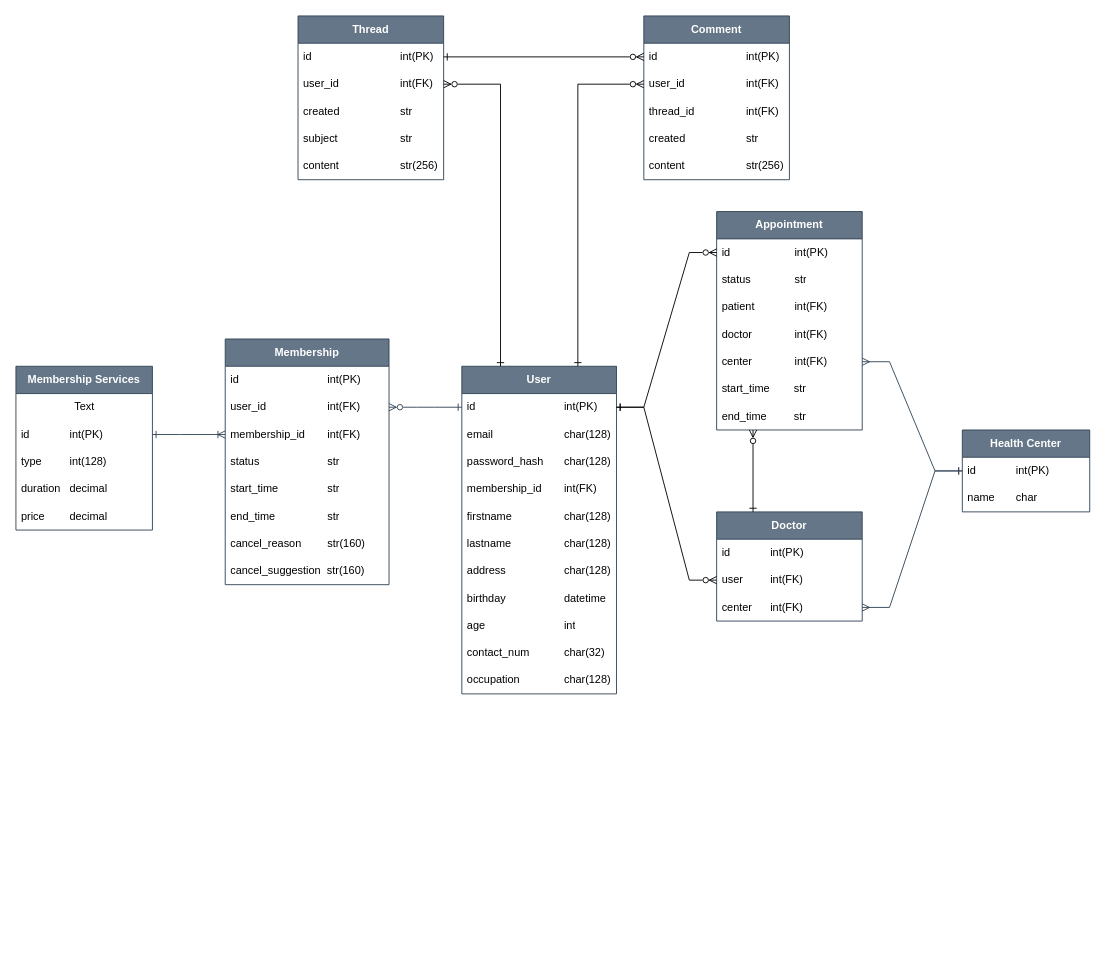
1Miguel/mental-app keeps this draw.io diagram as docs/database-model.drawio. Above is the earlier version. Source tidied: cells renumbered, new cells numbered last; positions are measured from the earlier drawing's top-left corner, leaving out a move shared by most shapes. Both pictures are drawn from the tidied source at 91%, with x=0, y=0 at pixel (15, 15).
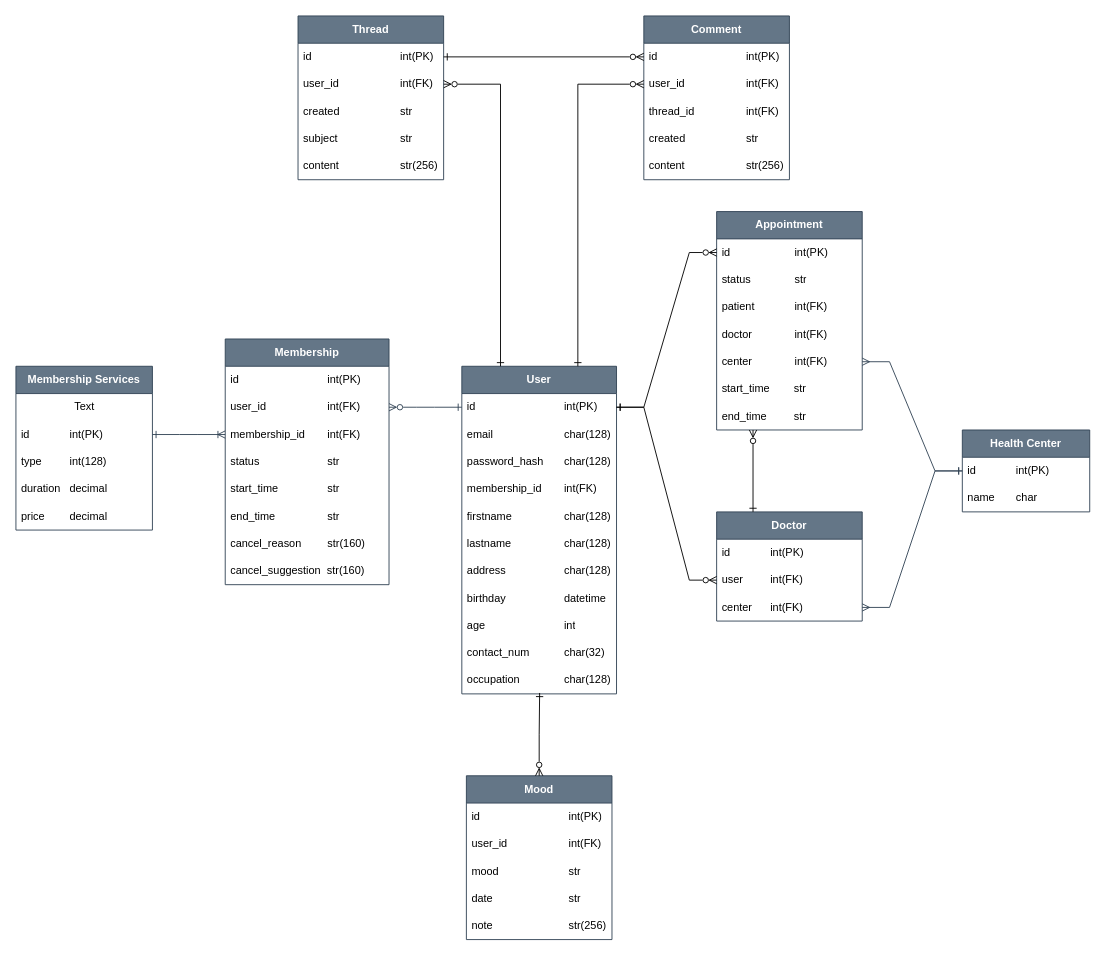
The same page after the edit.

Commit message (it also covers changes not shown here):
update database model, run black formatter

Unchanged cells that the change refers to:
```xml
<mxCell id="21" value="occupation&lt;span style=&quot;white-space: pre;&quot;&gt;&#9;&lt;/span&gt;&lt;span style=&quot;white-space: pre;&quot;&gt;&#9;&lt;/span&gt;char(128)" style="text;strokeColor=none;fillColor=none;align=left;verticalAlign=middle;spacingLeft=4;spacingRight=4;overflow=hidden;points=[[0,0.5],[1,0.5]];portConstraint=eastwest;whiteSpace=wrap;html=1;" parent="10" vertex="1">
  <mxGeometry y="330" width="170" height="30" as="geometry" />
</mxCell>
```

Change to the diagram source:
```diff
@@
+    <mxCell id="66" value="Mood" style="swimlane;fontStyle=1;horizontal=1;startSize=30;whiteSpace=wrap;html=1;fillColor=#647687;fontColor=#ffffff;strokeColor=#314354;" parent="1" vertex="1">
+      <mxGeometry x="495" y="835" width="160" height="180" as="geometry" />
+    </mxCell>
+    <mxCell id="67" value="id&amp;nbsp;&lt;span style=&quot;white-space: pre;&quot;&gt;&#9;&lt;/span&gt;&lt;span style=&quot;white-space: pre;&quot;&gt;&#9;&lt;/span&gt;&lt;span style=&quot;white-space: pre;&quot;&gt;&#9;&lt;/span&gt;&lt;span style=&quot;white-space: pre;&quot;&gt;&#9;&lt;/span&gt;int(PK)" style="text;strokeColor=none;fillColor=none;align=left;verticalAlign=middle;spacingLeft=4;spacingRight=4;overflow=hidden;whiteSpace=wrap;html=1;" parent="66" vertex="1">
+      <mxGeometry y="30" width="160" height="30" as="geometry" />
+    </mxCell>
+    <mxCell id="68" value="user_id&lt;span style=&quot;white-space: pre;&quot;&gt;&#9;&lt;/span&gt;&lt;span style=&quot;white-space: pre;&quot;&gt;&#9;&lt;/span&gt;&lt;span style=&quot;white-space: pre;&quot;&gt;&#9;&lt;/span&gt;int(FK)" style="text;strokeColor=none;fillColor=none;align=left;verticalAlign=middle;spacingLeft=4;spacingRight=4;overflow=hidden;whiteSpace=wrap;html=1;" parent="66" vertex="1">
+      <mxGeometry y="60" width="160" height="30" as="geometry" />
+    </mxCell>
+    <mxCell id="69" value="mood&lt;span style=&quot;white-space: pre;&quot;&gt;&#9;&lt;/span&gt;&lt;span style=&quot;white-space: pre;&quot;&gt;&#9;&lt;/span&gt;&lt;span style=&quot;white-space: pre;&quot;&gt;&#9;&lt;/span&gt;str" style="text;strokeColor=none;fillColor=none;align=left;verticalAlign=middle;spacingLeft=4;spacingRight=4;overflow=hidden;whiteSpace=wrap;html=1;" parent="66" vertex="1">
+      <mxGeometry y="90" width="160" height="30" as="geometry" />
+    </mxCell>
+    <mxCell id="70" value="date&amp;nbsp;&amp;nbsp;&lt;span style=&quot;white-space: pre;&quot;&gt;&#9;&lt;/span&gt;&lt;span style=&quot;white-space: pre;&quot;&gt;&#9;&lt;span style=&quot;white-space: pre;&quot;&gt;&#9;&lt;/span&gt;&lt;/span&gt;str" style="text;strokeColor=none;fillColor=none;align=left;verticalAlign=middle;spacingLeft=4;spacingRight=4;overflow=hidden;whiteSpace=wrap;html=1;" parent="66" vertex="1">
+      <mxGeometry y="120" width="160" height="30" as="geometry" />
+    </mxCell>
+    <mxCell id="71" value="note&amp;nbsp;&amp;nbsp;&lt;span style=&quot;white-space: pre;&quot;&gt;&#9;&lt;/span&gt;&lt;span style=&quot;white-space: pre;&quot;&gt;&#9;&lt;span style=&quot;white-space: pre;&quot;&gt;&#9;&lt;/span&gt;&lt;/span&gt;str(256)" style="text;strokeColor=none;fillColor=none;align=left;verticalAlign=middle;spacingLeft=4;spacingRight=4;overflow=hidden;whiteSpace=wrap;html=1;" parent="66" vertex="1">
+      <mxGeometry y="150" width="160" height="30" as="geometry" />
+    </mxCell>
+    <mxCell id="72" style="endArrow=ERone;startArrow=ERzeroToMany;html=1;rounded=0;startFill=0;endFill=0;entryX=0.503;entryY=0.967;entryDx=0;entryDy=0;edgeStyle=orthogonalEdgeStyle;entryPerimeter=0;" parent="1" edge="1" source="66" target="21">
+      <mxGeometry relative="1" as="geometry" />
+    </mxCell>
```
